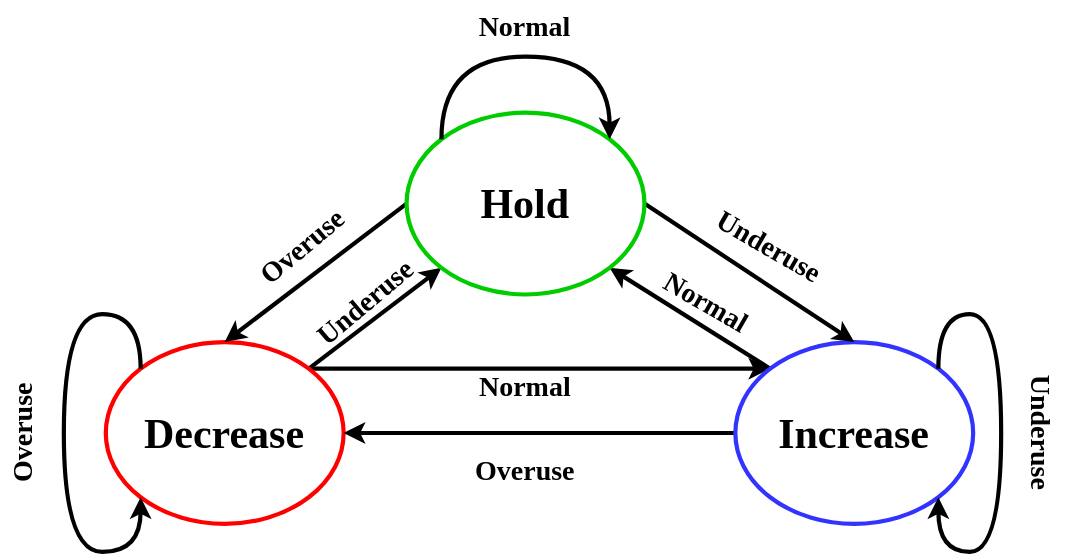
The draw.io diagram state_machine.svg in xiaosayin/c-educoder, before a commit. Source tidied: cells renumbered, new cells last; positions are measured from the earlier drawing's top-left corner, leaving out a move shared by most shapes.
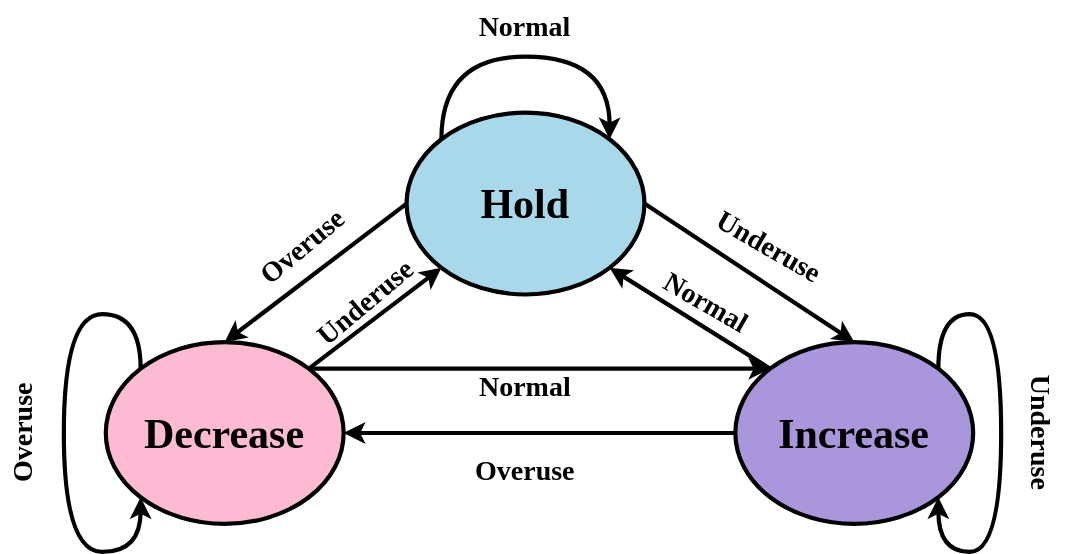
The same diagram one commit later.

What changed in the source:
```diff
@@ -8,7 +8,7 @@
     <mxCell id="3" style="edgeStyle=none;rounded=0;jettySize=auto;html=1;exitX=1;exitY=0;exitDx=0;exitDy=0;entryX=0;entryY=0;entryDx=0;entryDy=0;fontSize=30;strokeWidth=3;" parent="1" edge="1" source="4" target="7">
       <mxGeometry relative="1" as="geometry" />
     </mxCell>
-    <mxCell id="4" value="&lt;font style=&quot;font-size: 30px;&quot;&gt;Decrease&lt;/font&gt;" style="ellipse;whiteSpace=wrap;html=1;fontFamily=Times New Roman;fontSize=20;strokeWidth=3;strokeColor=#FF0000;fontStyle=1;" parent="1" vertex="1">
+    <mxCell id="4" value="&lt;font style=&quot;font-size: 30px;&quot;&gt;Decrease&lt;/font&gt;" style="ellipse;whiteSpace=wrap;html=1;fontFamily=Times New Roman;fontSize=20;strokeWidth=3;strokeColor=#000000;fontStyle=1;fillColor=#FCBAD3;" parent="1" vertex="1">
       <mxGeometry x="90" y="244" width="170" height="130" as="geometry" />
     </mxCell>
     <mxCell id="5" style="edgeStyle=none;rounded=0;jettySize=auto;html=1;exitX=0;exitY=0.5;exitDx=0;exitDy=0;fontSize=30;strokeWidth=3;" parent="1" edge="1" source="7" target="4">
@@ -17,7 +17,7 @@
     <mxCell id="6" style="edgeStyle=none;rounded=0;jettySize=auto;html=1;exitX=0;exitY=0;exitDx=0;exitDy=0;entryX=1;entryY=1;entryDx=0;entryDy=0;fontSize=30;strokeWidth=3;" parent="1" edge="1" source="7" target="17">
       <mxGeometry relative="1" as="geometry" />
     </mxCell>
-    <mxCell id="7" value="&lt;font style=&quot;font-size: 30px;&quot;&gt;Increase&lt;/font&gt;" style="ellipse;whiteSpace=wrap;html=1;fontFamily=Times New Roman;fontSize=20;strokeWidth=3;fillColor=none;strokeColor=#3333FF;fontStyle=1;" parent="1" vertex="1">
+    <mxCell id="7" value="&lt;font style=&quot;font-size: 30px;&quot;&gt;Increase&lt;/font&gt;" style="ellipse;whiteSpace=wrap;html=1;fontFamily=Times New Roman;fontSize=20;strokeWidth=3;fillColor=#AA96DA;strokeColor=#000000;fontStyle=1;" parent="1" vertex="1">
       <mxGeometry x="540" y="244" width="170" height="130" as="geometry" />
     </mxCell>
     <mxCell id="8" value="Overuse" style="text;html=1;strokeColor=none;fillColor=none;align=center;verticalAlign=middle;whiteSpace=wrap;rounded=0;fontFamily=Times New Roman;fontSize=20;rotation=-40;fontStyle=1;" parent="1" vertex="1">
@@ -47,7 +47,7 @@
     <mxCell id="16" style="edgeStyle=none;rounded=0;jettySize=auto;html=1;exitX=1;exitY=0.5;exitDx=0;exitDy=0;entryX=0.5;entryY=0;entryDx=0;entryDy=0;fontSize=30;strokeWidth=3;" parent="1" edge="1" source="17" target="7">
       <mxGeometry relative="1" as="geometry" />
     </mxCell>
-    <mxCell id="17" value="&lt;font color=&quot;#000000&quot; style=&quot;font-size: 30px;&quot;&gt;Hold&lt;/font&gt;" style="ellipse;whiteSpace=wrap;html=1;fontFamily=Times New Roman;fontSize=20;strokeWidth=3;strokeColor=#00CC00;fillColor=none;fontColor=#00CC00;fontStyle=1;" parent="1" vertex="1">
+    <mxCell id="17" value="&lt;font color=&quot;#000000&quot; style=&quot;font-size: 30px;&quot;&gt;Hold&lt;/font&gt;" style="ellipse;whiteSpace=wrap;html=1;fontFamily=Times New Roman;fontSize=20;strokeWidth=3;strokeColor=#000000;fillColor=#A8D8EA;fontColor=#00CC00;fontStyle=1;" parent="1" vertex="1">
       <mxGeometry x="305" y="80" width="170" height="130" as="geometry" />
     </mxCell>
     <mxCell id="18" value="&lt;font color=&quot;#000000&quot;&gt;&amp;nbsp; Normal&lt;/font&gt;" style="text;whiteSpace=wrap;html=1;fontSize=20;fontFamily=Times New Roman;fontColor=#00CC00;fontStyle=1;" parent="1" vertex="1">
```
